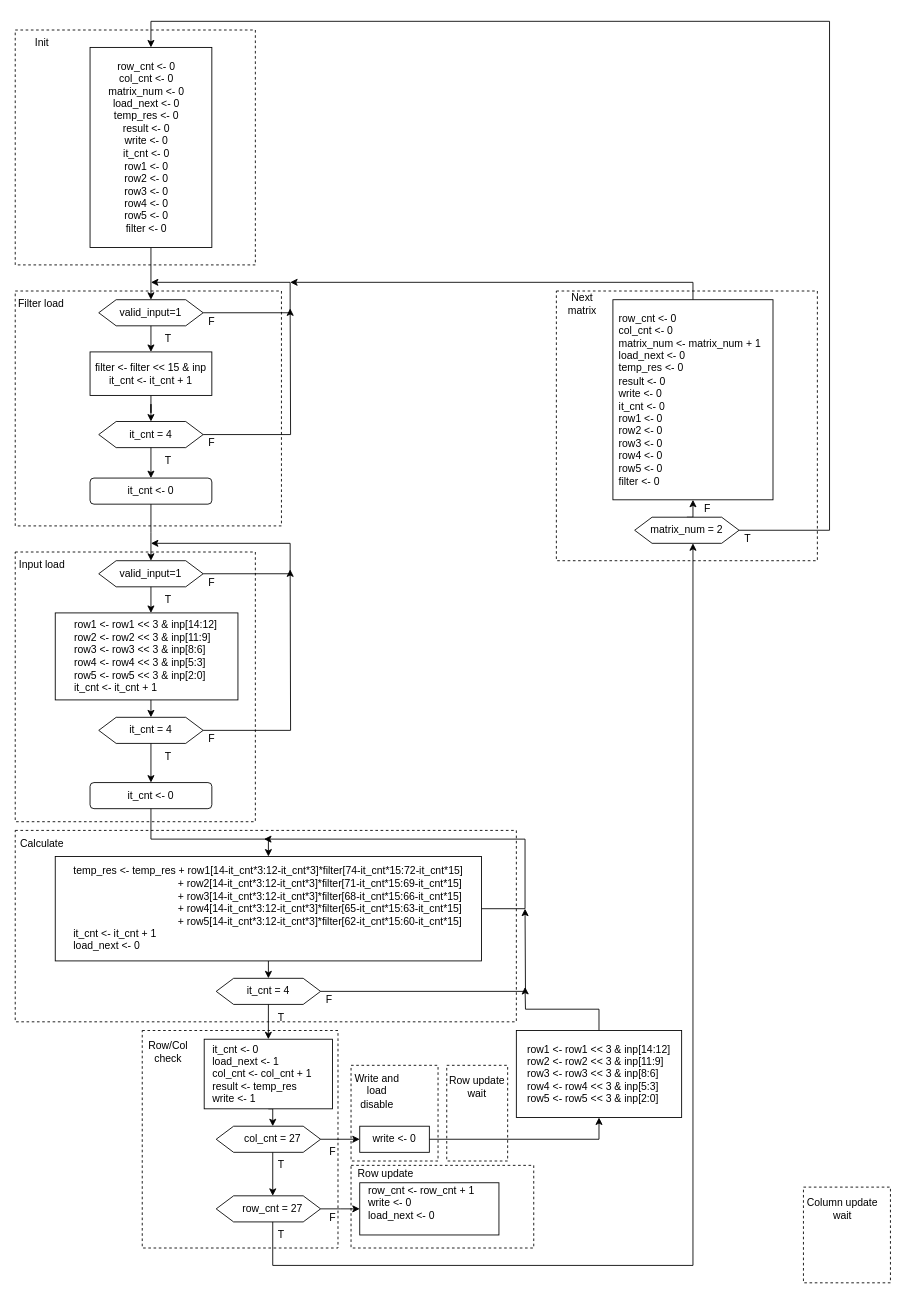
The draw.io diagram page "Convolution ASMD" (3 of 3) of Diagrams.drawio in thevenus/etin35-pulpino, before the edit. Source tidied: cells renumbered, new cells numbered last; positions are measured from the earlier drawing's top-left corner, leaving out a move shared by most shapes. Both pictures are drawn from the tidied source at 87%, with x=0, y=0 at pixel (15, 21).
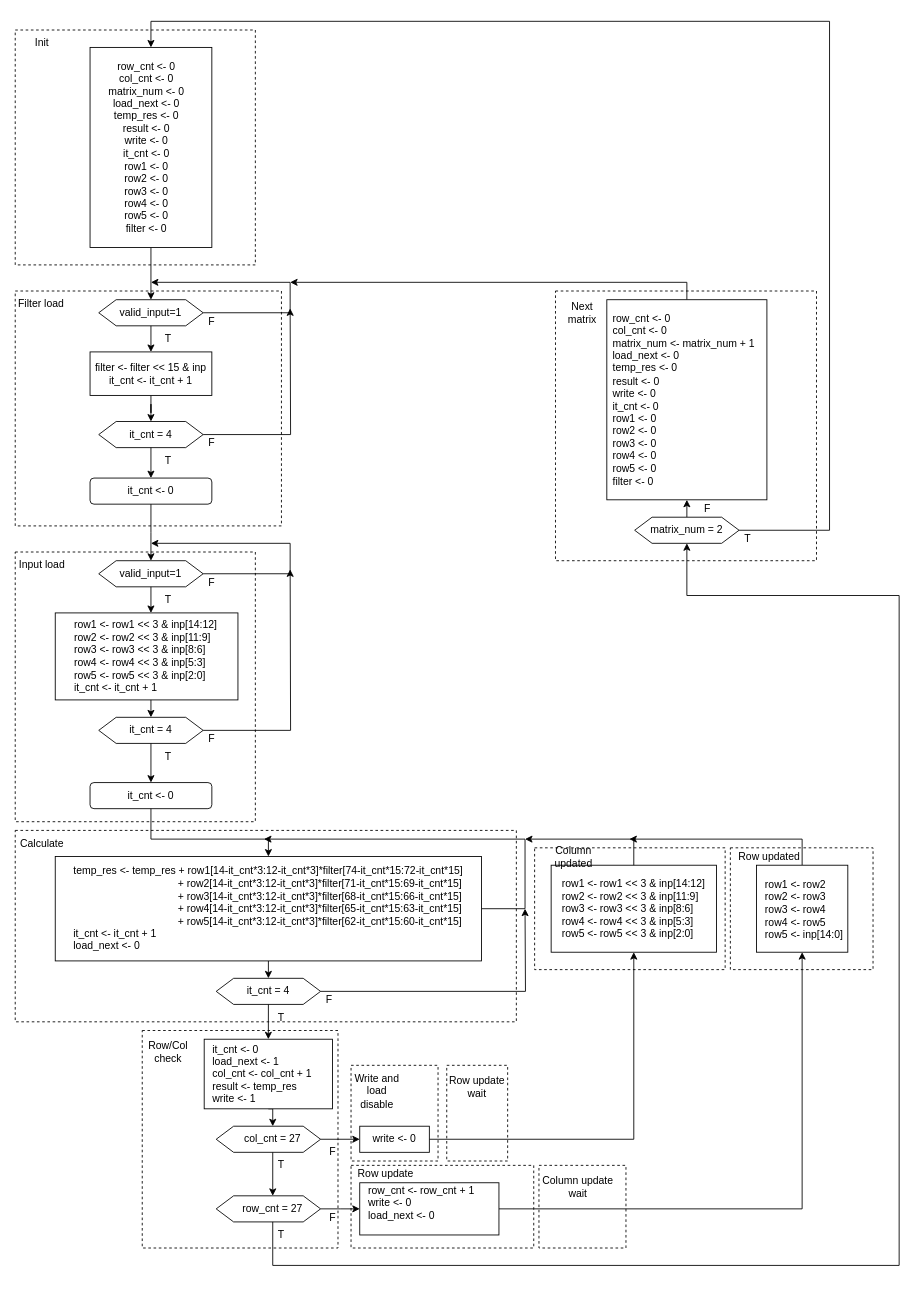
The same page after the edit.

The change refers to these unchanged cells:
```xml
<mxCell id="69" value="row_cnt = 27" style="text;html=1;align=center;verticalAlign=middle;whiteSpace=wrap;rounded=0;" parent="1" vertex="1">
  <mxGeometry x="256" y="1350" width="80" height="30" as="geometry" />
</mxCell>
<mxCell id="80" style="rounded=0;whiteSpace=wrap;html=1;" parent="1" vertex="1">
  <mxGeometry x="396" y="1335" width="160" height="60" as="geometry" />
</mxCell>
<mxCell id="96" value="matrix_num = 2" style="shape=hexagon;perimeter=hexagonPerimeter2;whiteSpace=wrap;html=1;fixedSize=1;" parent="1" vertex="1">
  <mxGeometry x="712" y="570" width="120" height="30" as="geometry" />
</mxCell>
```

The edit, as a diff of the source:
```diff
@@
     <mxCell id="68" style="edgeStyle=orthogonalEdgeStyle;rounded=0;jettySize=auto;html=1;exitX=0.5;exitY=1;exitDx=0;exitDy=0;" parent="1" edge="1" source="69" target="96">
       <mxGeometry relative="1" as="geometry">
         <Array as="points">
           <mxPoint x="296" y="1430" />
-          <mxPoint x="779" y="1430" />
+          <mxPoint x="1016" y="1430" />
+          <mxPoint x="1016" y="660" />
+          <mxPoint x="772" y="660" />
         </Array>
       </mxGeometry>
     </mxCell>
@@
     <mxCell id="75" style="rounded=0;whiteSpace=wrap;html=1;fillColor=none;dashed=1;" parent="1" vertex="1">
-      <mxGeometry x="906" y="1340" width="100" height="110" as="geometry" />
+      <mxGeometry x="602" y="1315" width="100" height="95" as="geometry" />
     </mxCell>
@@
     <mxCell id="78" value="&lt;div&gt;Column update wait&lt;br&gt;&lt;/div&gt;" style="text;html=1;align=center;verticalAlign=middle;whiteSpace=wrap;rounded=0;" parent="1" vertex="1">
-      <mxGeometry x="906" y="1350" width="90" height="30" as="geometry" />
+      <mxGeometry x="602" y="1325" width="90" height="30" as="geometry" />
     </mxCell>
@@
+    <mxCell id="103" style="edgeStyle=orthogonalEdgeStyle;rounded=0;jettySize=auto;html=1;exitX=1;exitY=0.5;exitDx=0;exitDy=0;entryX=0.5;entryY=1;entryDx=0;entryDy=0;" parent="1" edge="1" source="80" target="105">
+      <mxGeometry relative="1" as="geometry" />
+    </mxCell>
@@
     <mxCell id="84" style="rounded=0;whiteSpace=wrap;html=1;fillColor=none;dashed=1;" parent="1" vertex="1">
-      <mxGeometry x="622" y="310" width="300" height="310" as="geometry" />
+      <mxGeometry x="621" y="310" width="300" height="310" as="geometry" />
     </mxCell>
     <mxCell id="85" style="edgeStyle=orthogonalEdgeStyle;rounded=0;jettySize=auto;html=1;exitX=0.5;exitY=0;exitDx=0;exitDy=0;" parent="1" edge="1" source="86">
       <mxGeometry relative="1" as="geometry">
         <mxPoint x="316" y="300" as="targetPoint" />
         <Array as="points">
-          <mxPoint x="779" y="300" />
-          <mxPoint x="316" y="300" />
+          <mxPoint x="772" y="300" />
         </Array>
       </mxGeometry>
     </mxCell>
     <mxCell id="86" style="rounded=0;whiteSpace=wrap;html=1;" parent="1" vertex="1">
-      <mxGeometry x="687" y="320" width="184" height="230" as="geometry" />
+      <mxGeometry x="680" y="320" width="184" height="230" as="geometry" />
     </mxCell>
     <mxCell id="87" value="&lt;div align=&quot;left&quot;&gt;row_cnt &amp;lt;- 0&lt;/div&gt;&lt;div align=&quot;left&quot;&gt;col_cnt &amp;lt;- 0&lt;/div&gt;&lt;div align=&quot;left&quot;&gt;matrix_num &amp;lt;- matrix_num + 1&lt;br&gt;&lt;/div&gt;&lt;div align=&quot;left&quot;&gt;load_next &amp;lt;- 0&lt;/div&gt;&lt;div align=&quot;left&quot;&gt;temp_res &amp;lt;- 0&lt;/div&gt;&lt;div align=&quot;left&quot;&gt;result &amp;lt;- 0&lt;/div&gt;&lt;div align=&quot;left&quot;&gt;write &amp;lt;- 0&lt;/div&gt;&lt;div align=&quot;left&quot;&gt;it_cnt &amp;lt;- 0&lt;/div&gt;&lt;div align=&quot;left&quot;&gt;row1 &amp;lt;- 0&lt;/div&gt;&lt;div align=&quot;left&quot;&gt;row2 &amp;lt;- 0&lt;/div&gt;&lt;div align=&quot;left&quot;&gt;row3 &amp;lt;- 0&lt;/div&gt;&lt;div align=&quot;left&quot;&gt;row4 &amp;lt;- 0&lt;/div&gt;&lt;div align=&quot;left&quot;&gt;row5 &amp;lt;- 0&lt;/div&gt;&lt;div align=&quot;left&quot;&gt;filter &amp;lt;- 0&lt;br&gt;&lt;/div&gt;" style="text;html=1;align=left;verticalAlign=middle;whiteSpace=wrap;rounded=0;" parent="1" vertex="1">
-      <mxGeometry x="692" y="330" width="174" height="210" as="geometry" />
+      <mxGeometry x="685" y="330" width="174" height="210" as="geometry" />
     </mxCell>
     <mxCell id="88" value="Next matrix" style="text;html=1;align=center;verticalAlign=middle;whiteSpace=wrap;rounded=0;" parent="1" vertex="1">
-      <mxGeometry x="622" y="310" width="60" height="30" as="geometry" />
+      <mxGeometry x="622" y="320" width="60" height="30" as="geometry" />
     </mxCell>
@@
-    <mxCell id="100" style="edgeStyle=orthogonalEdgeStyle;rounded=0;jettySize=auto;html=1;exitX=0.5;exitY=0;exitDx=0;exitDy=0;" parent="1" edge="1" source="101">
-      <mxGeometry relative="1" as="geometry">
-        <mxPoint x="586" y="1110" as="targetPoint" />
-      </mxGeometry>
-    </mxCell>
     <mxCell id="101" style="rounded=0;whiteSpace=wrap;html=1;" parent="1" vertex="1">
-      <mxGeometry x="576" y="1160" width="190" height="100" as="geometry" />
+      <mxGeometry x="616" y="970" width="190" height="100" as="geometry" />
     </mxCell>
     <mxCell id="102" value="&lt;div align=&quot;left&quot;&gt;row1 &amp;lt;- row1 &amp;lt;&amp;lt; 3 &amp;amp; inp[14:12]&lt;br&gt;&lt;/div&gt;&lt;div&gt;&lt;div align=&quot;left&quot;&gt;row2 &amp;lt;- row2 &amp;lt;&amp;lt; 3 &amp;amp; inp[11:9]&lt;/div&gt;&lt;div align=&quot;left&quot;&gt;&lt;div align=&quot;left&quot;&gt;row3 &amp;lt;- row3 &amp;lt;&amp;lt; 3 &amp;amp; inp[8:6]&lt;/div&gt;&lt;div align=&quot;left&quot;&gt;&lt;div align=&quot;left&quot;&gt;row4 &amp;lt;- row4 &amp;lt;&amp;lt; 3 &amp;amp; inp[5:3]&lt;/div&gt;&lt;div align=&quot;left&quot;&gt;&lt;div align=&quot;left&quot;&gt;row5 &amp;lt;- row5 &amp;lt;&amp;lt; 3 &amp;amp; inp[2:0]&lt;br&gt;&lt;/div&gt;&lt;/div&gt;&lt;/div&gt;&lt;/div&gt;&lt;/div&gt;" style="text;html=1;align=center;verticalAlign=middle;whiteSpace=wrap;rounded=0;" parent="1" vertex="1">
-      <mxGeometry x="581" y="1170" width="180" height="80" as="geometry" />
+      <mxGeometry x="621" y="980" width="180" height="80" as="geometry" />
     </mxCell>
+    <mxCell id="104" style="edgeStyle=orthogonalEdgeStyle;rounded=0;jettySize=auto;html=1;exitX=0.5;exitY=0;exitDx=0;exitDy=0;" parent="1" edge="1" source="105">
+      <mxGeometry relative="1" as="geometry">
+        <mxPoint x="706" y="940" as="targetPoint" />
+        <Array as="points">
+          <mxPoint x="905" y="940" />
+        </Array>
+      </mxGeometry>
+    </mxCell>
+    <mxCell id="105" style="rounded=0;whiteSpace=wrap;html=1;" parent="1" vertex="1">
+      <mxGeometry x="852" y="970" width="105" height="100" as="geometry" />
+    </mxCell>
+    <mxCell id="106" value="&lt;div align=&quot;left&quot;&gt;row1 &amp;lt;- row2&lt;br&gt;&lt;/div&gt;&lt;div&gt;&lt;div align=&quot;left&quot;&gt;row2 &amp;lt;- row3&lt;br&gt;&lt;/div&gt;&lt;div align=&quot;left&quot;&gt;&lt;div align=&quot;left&quot;&gt;row3 &amp;lt;- row4&lt;br&gt;&lt;/div&gt;&lt;div align=&quot;left&quot;&gt;&lt;div align=&quot;left&quot;&gt;row4 &amp;lt;- row5&lt;br&gt;&lt;/div&gt;&lt;div align=&quot;left&quot;&gt;&lt;div align=&quot;left&quot;&gt;row5 &amp;lt;- inp[14:0]&lt;br&gt;&lt;/div&gt;&lt;/div&gt;&lt;/div&gt;&lt;/div&gt;&lt;/div&gt;" style="text;html=1;align=center;verticalAlign=middle;whiteSpace=wrap;rounded=0;" parent="1" vertex="1">
+      <mxGeometry x="857" y="980" width="100" height="82.5" as="geometry" />
+    </mxCell>
+    <mxCell id="107" style="edgeStyle=orthogonalEdgeStyle;rounded=0;jettySize=auto;html=1;exitX=0.5;exitY=0;exitDx=0;exitDy=0;" parent="1" edge="1" source="101">
+      <mxGeometry relative="1" as="geometry">
+        <mxPoint x="586" y="940" as="targetPoint" />
+        <Array as="points">
+          <mxPoint x="711" y="940" />
+        </Array>
+      </mxGeometry>
+    </mxCell>
+    <mxCell id="108" style="rounded=0;whiteSpace=wrap;html=1;fillColor=none;dashed=1;" parent="1" vertex="1">
+      <mxGeometry x="822" y="950" width="164" height="140" as="geometry" />
+    </mxCell>
+    <mxCell id="109" value="Row updated" style="text;html=1;align=center;verticalAlign=middle;whiteSpace=wrap;rounded=0;" parent="1" vertex="1">
+      <mxGeometry x="822" y="950" width="90" height="20" as="geometry" />
+    </mxCell>
+    <mxCell id="110" style="rounded=0;whiteSpace=wrap;html=1;fillColor=none;dashed=1;" parent="1" vertex="1">
+      <mxGeometry x="597" y="950" width="219" height="140" as="geometry" />
+    </mxCell>
+    <mxCell id="111" value="Column updated" style="text;html=1;align=center;verticalAlign=middle;whiteSpace=wrap;rounded=0;" parent="1" vertex="1">
+      <mxGeometry x="597" y="960" width="90" as="geometry" />
+    </mxCell>
```
